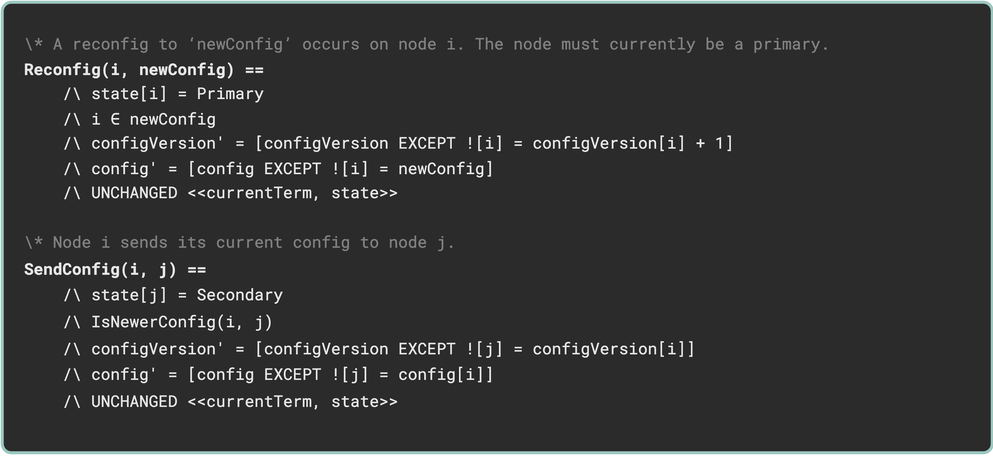
This is traces/traces-snippet-0.drawio.png from will62794/reconfig-traces, a draw.io export, as it was before one commit. Source tidied: cells renumbered, new cells last; positions are measured from the earlier drawing's top-left corner, leaving out a move shared by most shapes.
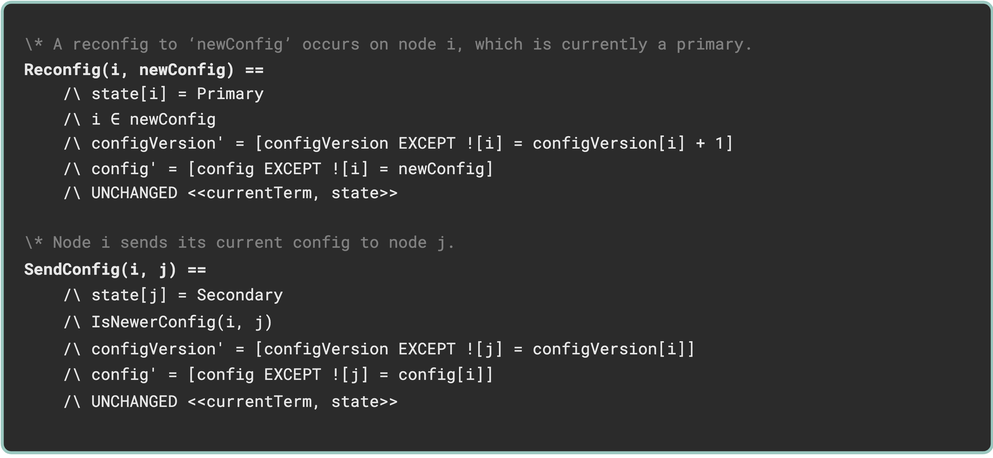
The same file after the commit.

The edit, as a diff of the source:
```diff
@@ -2,7 +2,7 @@
   <root>
     <mxCell id="0" />
     <mxCell id="1" parent="0" />
-    <mxCell id="2" value="&lt;span style=&quot;&quot; id=&quot;docs-internal-guid-955c089a-7fff-785c-a062-aca5ab7f73e9&quot;&gt;&lt;font style=&quot;&quot;&gt;&lt;p dir=&quot;ltr&quot; style=&quot;font-weight: normal; line-height: 1.38; margin-top: 0pt; margin-bottom: 0pt;&quot;&gt;&lt;span style=&quot;color: rgb(128, 128, 128); background-color: transparent; font-family: &amp;quot;Roboto Mono&amp;quot;, monospace; font-size: 8pt; white-space-collapse: preserve;&quot;&gt;\* A reconfig to ‘newConfig’ occurs on node i. The node must currently be a primary.&lt;/span&gt;&lt;/p&gt;&lt;p dir=&quot;ltr&quot; style=&quot;font-weight: bold; color: rgb(230, 230, 230); line-height: 1.38; margin-top: 0pt; margin-bottom: 0pt;&quot;&gt;&lt;span style=&quot;font-size: 8pt; font-family: &amp;quot;Roboto Mono&amp;quot;, monospace; background-color: transparent; font-style: normal; font-variant: normal; text-decoration: none; vertical-align: baseline; white-space: pre-wrap;&quot;&gt;Reconfig(i, newConfig) ==&lt;/span&gt;&lt;/p&gt;&lt;p dir=&quot;ltr&quot; style=&quot;font-weight: normal; color: rgb(230, 230, 230); line-height: 1.38; margin-top: 0pt; margin-bottom: 0pt;&quot;&gt;&lt;span style=&quot;font-size: 8pt; font-family: &amp;quot;Roboto Mono&amp;quot;, monospace; background-color: transparent; font-weight: 400; font-style: normal; font-variant: normal; text-decoration: none; vertical-align: baseline; white-space: pre-wrap;&quot;&gt;&amp;nbsp;&amp;nbsp;&amp;nbsp;&amp;nbsp;/\ state[i] = Primary&lt;/span&gt;&lt;/p&gt;&lt;p dir=&quot;ltr&quot; style=&quot;font-weight: normal; color: rgb(230, 230, 230); line-height: 1.38; margin-top: 0pt; margin-bottom: 0pt;&quot;&gt;&lt;span style=&quot;font-size: 8pt; font-family: &amp;quot;Roboto Mono&amp;quot;, monospace; background-color: transparent; font-weight: 400; font-style: normal; font-variant: normal; text-decoration: none; vertical-align: baseline; white-space: pre-wrap;&quot;&gt;&amp;nbsp;&amp;nbsp;&amp;nbsp;&amp;nbsp;/\ i &lt;/span&gt;&lt;span style=&quot;font-family: &amp;quot;Roboto Mono&amp;quot;, monospace; font-size: 10.6667px; white-space-collapse: preserve; background-color: transparent;&quot;&gt;∈ &lt;/span&gt;&lt;span style=&quot;background-color: transparent; font-family: &amp;quot;Roboto Mono&amp;quot;, monospace; font-size: 8pt; white-space-collapse: preserve;&quot;&gt;newConfig&lt;/span&gt;&lt;/p&gt;&lt;p dir=&quot;ltr&quot; style=&quot;font-weight: normal; line-height: 1.38; margin-top: 0pt; margin-bottom: 0pt;&quot;&gt;&lt;span style=&quot;background-color: transparent; font-family: &amp;quot;Roboto Mono&amp;quot;, monospace; font-size: 8pt; white-space-collapse: preserve; color: rgb(230, 230, 230);&quot;&gt;&amp;nbsp;&amp;nbsp;&amp;nbsp;&amp;nbsp;/\ configVersion' = [configVersion EXCEPT ![i] = configVersion[i] + 1]&lt;/span&gt;&lt;/p&gt;&lt;p dir=&quot;ltr&quot; style=&quot;font-weight: normal; color: rgb(230, 230, 230); line-height: 1.38; margin-top: 0pt; margin-bottom: 0pt;&quot;&gt;&lt;span style=&quot;font-size: 8pt; font-family: &amp;quot;Roboto Mono&amp;quot;, monospace; background-color: transparent; font-weight: 400; font-style: normal; font-variant: normal; text-decoration: none; vertical-align: baseline; white-space: pre-wrap;&quot;&gt;&amp;nbsp;&amp;nbsp;&amp;nbsp;&amp;nbsp;/\ config' = [config EXCEPT ![i] = newConfig]&lt;/span&gt;&lt;/p&gt;&lt;p dir=&quot;ltr&quot; style=&quot;font-weight: normal; color: rgb(230, 230, 230); line-height: 1.38; margin-top: 0pt; margin-bottom: 0pt;&quot;&gt;&lt;span style=&quot;font-size: 8pt; font-family: &amp;quot;Roboto Mono&amp;quot;, monospace; background-color: transparent; font-weight: 400; font-style: normal; font-variant: normal; text-decoration: none; vertical-align: baseline; white-space: pre-wrap;&quot;&gt;&amp;nbsp;&amp;nbsp;&amp;nbsp;&amp;nbsp;/\ UNCHANGED &amp;lt;&amp;lt;currentTerm, state&amp;gt;&amp;gt;&lt;/span&gt;&lt;/p&gt;&lt;p dir=&quot;ltr&quot; style=&quot;font-weight: normal; color: rgb(230, 230, 230); line-height: 1.38; margin-top: 0pt; margin-bottom: 0pt;&quot;&gt;&lt;span style=&quot;font-size: 8pt; font-family: &amp;quot;Roboto Mono&amp;quot;, monospace; background-color: transparent; font-weight: 400; font-style: normal; font-variant: normal; text-decoration: none; vertical-align: baseline; white-space: pre-wrap;&quot;&gt;&lt;br&gt;&lt;/span&gt;&lt;/p&gt;&lt;p dir=&quot;ltr&quot; style=&quot;font-weight: normal; color: rgb(230, 230, 230); line-height: 1.38; margin-top: 0pt; margin-bottom: 0pt;&quot;&gt;&lt;span style=&quot;font-size: 8pt; font-family: &amp;quot;Roboto Mono&amp;quot;, monospace; background-color: transparent; font-weight: 400; font-style: normal; font-variant: normal; text-decoration: none; vertical-align: baseline; white-space: pre-wrap;&quot;&gt;&lt;/span&gt;&lt;/p&gt;&lt;p style=&quot;line-height: 1.38; margin-top: 0pt; margin-bottom: 0pt;&quot; dir=&quot;ltr&quot;&gt;&lt;span style=&quot;color: rgb(128, 128, 128); background-color: transparent; font-family: &amp;quot;Roboto Mono&amp;quot;, monospace; font-size: 8pt; white-space-collapse: preserve;&quot;&gt;\* Node i sends its current config to node j.&lt;/span&gt;&lt;/p&gt;&lt;p style=&quot;forced-color-adjust: none; line-height: 1.38; margin-top: 0pt; margin-bottom: 0pt; color: rgb(230, 230, 230);&quot; dir=&quot;ltr&quot;&gt;&lt;font face=&quot;Roboto Mono, monospace&quot; color=&quot;#e6e6e6&quot;&gt;&lt;span style=&quot;font-size: 10.6667px; white-space-collapse: preserve;&quot;&gt;&lt;b&gt;SendConfig(i, j) ==&lt;br&gt;&lt;/b&gt;    /\ state[j] = Secondary&lt;br&gt;    /\ IsNewerConfig(i, j)&lt;br&gt;    /\ configVersion' = [configVersion EXCEPT ![j] = configVersion[i]]&lt;br&gt;    /\ config' = [config EXCEPT ![j] = config[i]]&lt;br&gt;    /\ UNCHANGED &amp;lt;&amp;lt;currentTerm, state&amp;gt;&amp;gt;&lt;/span&gt;&lt;/font&gt;&lt;/p&gt;&lt;p style=&quot;line-height: 1.38; margin-top: 0pt; margin-bottom: 0pt; color: rgb(230, 230, 230);&quot; dir=&quot;ltr&quot;&gt;&lt;br&gt;&lt;/p&gt;&lt;p style=&quot;line-height: 1.38; margin-top: 0pt; margin-bottom: 0pt; color: rgb(230, 230, 230);&quot; dir=&quot;ltr&quot;&gt;&lt;br&gt;&lt;/p&gt;&lt;/font&gt;&lt;/span&gt;" style="text;whiteSpace=wrap;html=1;fillColor=light-dark(#2B2B2B,#282A35);perimeterSpacing=0;strokeColor=#9AC7BF;strokeWidth=2;rounded=1;arcSize=2;spacingLeft=0;spacing=15;" parent="1" vertex="1">
+    <mxCell id="2" value="&lt;span style=&quot;&quot; id=&quot;docs-internal-guid-955c089a-7fff-785c-a062-aca5ab7f73e9&quot;&gt;&lt;font style=&quot;&quot;&gt;&lt;p dir=&quot;ltr&quot; style=&quot;font-weight: normal; line-height: 1.38; margin-top: 0pt; margin-bottom: 0pt;&quot;&gt;&lt;span style=&quot;color: rgb(128, 128, 128); background-color: transparent; font-family: &amp;quot;Roboto Mono&amp;quot;, monospace; font-size: 8pt; white-space-collapse: preserve;&quot;&gt;\* A reconfig to ‘newConfig’ occurs on node i, which is currently a primary.&lt;/span&gt;&lt;/p&gt;&lt;p dir=&quot;ltr&quot; style=&quot;font-weight: bold; color: rgb(230, 230, 230); line-height: 1.38; margin-top: 0pt; margin-bottom: 0pt;&quot;&gt;&lt;span style=&quot;font-size: 8pt; font-family: &amp;quot;Roboto Mono&amp;quot;, monospace; background-color: transparent; font-style: normal; font-variant: normal; text-decoration: none; vertical-align: baseline; white-space: pre-wrap;&quot;&gt;Reconfig(i, newConfig) ==&lt;/span&gt;&lt;/p&gt;&lt;p dir=&quot;ltr&quot; style=&quot;font-weight: normal; color: rgb(230, 230, 230); line-height: 1.38; margin-top: 0pt; margin-bottom: 0pt;&quot;&gt;&lt;span style=&quot;font-size: 8pt; font-family: &amp;quot;Roboto Mono&amp;quot;, monospace; background-color: transparent; font-weight: 400; font-style: normal; font-variant: normal; text-decoration: none; vertical-align: baseline; white-space: pre-wrap;&quot;&gt;&amp;nbsp;&amp;nbsp;&amp;nbsp;&amp;nbsp;/\ state[i] = Primary&lt;/span&gt;&lt;/p&gt;&lt;p dir=&quot;ltr&quot; style=&quot;font-weight: normal; color: rgb(230, 230, 230); line-height: 1.38; margin-top: 0pt; margin-bottom: 0pt;&quot;&gt;&lt;span style=&quot;font-size: 8pt; font-family: &amp;quot;Roboto Mono&amp;quot;, monospace; background-color: transparent; font-weight: 400; font-style: normal; font-variant: normal; text-decoration: none; vertical-align: baseline; white-space: pre-wrap;&quot;&gt;&amp;nbsp;&amp;nbsp;&amp;nbsp;&amp;nbsp;/\ i &lt;/span&gt;&lt;span style=&quot;font-family: &amp;quot;Roboto Mono&amp;quot;, monospace; font-size: 10.6667px; white-space-collapse: preserve; background-color: transparent;&quot;&gt;∈ &lt;/span&gt;&lt;span style=&quot;background-color: transparent; font-family: &amp;quot;Roboto Mono&amp;quot;, monospace; font-size: 8pt; white-space-collapse: preserve;&quot;&gt;newConfig&lt;/span&gt;&lt;/p&gt;&lt;p dir=&quot;ltr&quot; style=&quot;font-weight: normal; line-height: 1.38; margin-top: 0pt; margin-bottom: 0pt;&quot;&gt;&lt;span style=&quot;background-color: transparent; font-family: &amp;quot;Roboto Mono&amp;quot;, monospace; font-size: 8pt; white-space-collapse: preserve; color: rgb(230, 230, 230);&quot;&gt;&amp;nbsp;&amp;nbsp;&amp;nbsp;&amp;nbsp;/\ configVersion' = [configVersion EXCEPT ![i] = configVersion[i] + 1]&lt;/span&gt;&lt;/p&gt;&lt;p dir=&quot;ltr&quot; style=&quot;font-weight: normal; color: rgb(230, 230, 230); line-height: 1.38; margin-top: 0pt; margin-bottom: 0pt;&quot;&gt;&lt;span style=&quot;font-size: 8pt; font-family: &amp;quot;Roboto Mono&amp;quot;, monospace; background-color: transparent; font-weight: 400; font-style: normal; font-variant: normal; text-decoration: none; vertical-align: baseline; white-space: pre-wrap;&quot;&gt;&amp;nbsp;&amp;nbsp;&amp;nbsp;&amp;nbsp;/\ config' = [config EXCEPT ![i] = newConfig]&lt;/span&gt;&lt;/p&gt;&lt;p dir=&quot;ltr&quot; style=&quot;font-weight: normal; color: rgb(230, 230, 230); line-height: 1.38; margin-top: 0pt; margin-bottom: 0pt;&quot;&gt;&lt;span style=&quot;font-size: 8pt; font-family: &amp;quot;Roboto Mono&amp;quot;, monospace; background-color: transparent; font-weight: 400; font-style: normal; font-variant: normal; text-decoration: none; vertical-align: baseline; white-space: pre-wrap;&quot;&gt;&amp;nbsp;&amp;nbsp;&amp;nbsp;&amp;nbsp;/\ UNCHANGED &amp;lt;&amp;lt;currentTerm, state&amp;gt;&amp;gt;&lt;/span&gt;&lt;/p&gt;&lt;p dir=&quot;ltr&quot; style=&quot;font-weight: normal; color: rgb(230, 230, 230); line-height: 1.38; margin-top: 0pt; margin-bottom: 0pt;&quot;&gt;&lt;span style=&quot;font-size: 8pt; font-family: &amp;quot;Roboto Mono&amp;quot;, monospace; background-color: transparent; font-weight: 400; font-style: normal; font-variant: normal; text-decoration: none; vertical-align: baseline; white-space: pre-wrap;&quot;&gt;&lt;br&gt;&lt;/span&gt;&lt;/p&gt;&lt;p dir=&quot;ltr&quot; style=&quot;font-weight: normal; color: rgb(230, 230, 230); line-height: 1.38; margin-top: 0pt; margin-bottom: 0pt;&quot;&gt;&lt;span style=&quot;font-size: 8pt; font-family: &amp;quot;Roboto Mono&amp;quot;, monospace; background-color: transparent; font-weight: 400; font-style: normal; font-variant: normal; text-decoration: none; vertical-align: baseline; white-space: pre-wrap;&quot;&gt;&lt;/span&gt;&lt;/p&gt;&lt;p style=&quot;line-height: 1.38; margin-top: 0pt; margin-bottom: 0pt;&quot; dir=&quot;ltr&quot;&gt;&lt;span style=&quot;color: rgb(128, 128, 128); background-color: transparent; font-family: &amp;quot;Roboto Mono&amp;quot;, monospace; font-size: 8pt; white-space-collapse: preserve;&quot;&gt;\* Node i sends its current config to node j.&lt;/span&gt;&lt;/p&gt;&lt;p style=&quot;forced-color-adjust: none; line-height: 1.38; margin-top: 0pt; margin-bottom: 0pt; color: rgb(230, 230, 230);&quot; dir=&quot;ltr&quot;&gt;&lt;font face=&quot;Roboto Mono, monospace&quot; color=&quot;#e6e6e6&quot;&gt;&lt;span style=&quot;font-size: 10.6667px; white-space-collapse: preserve;&quot;&gt;&lt;b&gt;SendConfig(i, j) ==&lt;br&gt;&lt;/b&gt;    /\ state[j] = Secondary&lt;br&gt;    /\ IsNewerConfig(i, j)&lt;br&gt;    /\ configVersion' = [configVersion EXCEPT ![j] = configVersion[i]]&lt;br&gt;    /\ config' = [config EXCEPT ![j] = config[i]]&lt;br&gt;    /\ UNCHANGED &amp;lt;&amp;lt;currentTerm, state&amp;gt;&amp;gt;&lt;/span&gt;&lt;/font&gt;&lt;/p&gt;&lt;p style=&quot;line-height: 1.38; margin-top: 0pt; margin-bottom: 0pt; color: rgb(230, 230, 230);&quot; dir=&quot;ltr&quot;&gt;&lt;br&gt;&lt;/p&gt;&lt;p style=&quot;line-height: 1.38; margin-top: 0pt; margin-bottom: 0pt; color: rgb(230, 230, 230);&quot; dir=&quot;ltr&quot;&gt;&lt;br&gt;&lt;/p&gt;&lt;/font&gt;&lt;/span&gt;" style="text;whiteSpace=wrap;html=1;fillColor=light-dark(#2B2B2B,#282A35);perimeterSpacing=0;strokeColor=#9AC7BF;strokeWidth=2;rounded=1;arcSize=2;spacingLeft=0;spacing=15;" parent="1" vertex="1">
       <mxGeometry width="660" height="300" as="geometry" />
     </mxCell>
   </root>
```
